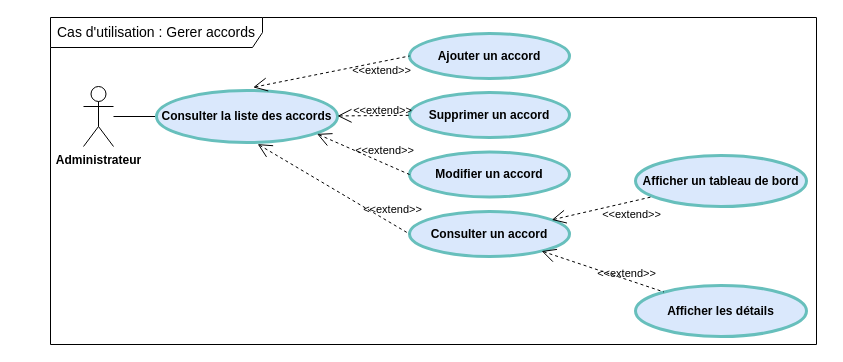
Before: page "Deal" (1 of 8) of Delivery/DeliveryManagmentUseCase.drawio in ZidiMedAmine/UML, a draw.io diagram. Source tidied: cells renumbered, new cells numbered last; positions are measured from the earlier drawing's top-left corner, leaving out a move shared by most shapes. Both pictures are drawn from the tidied source at 100%, with x=0, y=0 at pixel (50, 17).
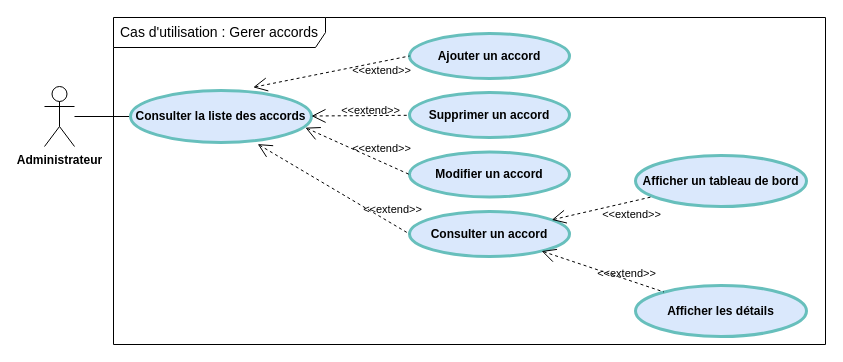
Above is the later version.

The change refers to these unchanged cells:
```xml
<mxCell id="6" value="Ajouter un accord" style="shape=ellipse;html=1;strokeWidth=3;fontStyle=1;whiteSpace=wrap;align=center;perimeter=ellipsePerimeter;fillColor=#dae8fc;strokeColor=#67BFBC;" parent="1" vertex="1">
  <mxGeometry x="359" y="16" width="160" height="45" as="geometry" />
</mxCell>
<mxCell id="8" value="Modifier un accord" style="shape=ellipse;html=1;strokeWidth=3;fontStyle=1;whiteSpace=wrap;align=center;perimeter=ellipsePerimeter;fillColor=#dae8fc;strokeColor=#67BFBC;" parent="1" vertex="1">
  <mxGeometry x="359" y="134.5" width="160" height="45" as="geometry" />
</mxCell>
<mxCell id="15" value="Consulter un accord" style="shape=ellipse;html=1;strokeWidth=3;fontStyle=1;whiteSpace=wrap;align=center;perimeter=ellipsePerimeter;fillColor=#dae8fc;strokeColor=#67BFBC;" parent="1" vertex="1">
  <mxGeometry x="359" y="194" width="160" height="45" as="geometry" />
</mxCell>
```

Change to the diagram source:
```diff
@@
     <mxCell id="2" value="&lt;div style=&quot;text-align: center&quot;&gt;&lt;span&gt;Cas d'utilisation : Gerer accords&lt;/span&gt;&lt;/div&gt;" style="shape=umlFrame;tabPosition=left;html=1;boundedLbl=1;labelInHeader=1;width=212;height=30;swimlaneFillColor=#ffffff;align=left;spacingLeft=5;fontSize=14;" parent="1" vertex="1">
-      <mxGeometry width="766" height="327" as="geometry" />
+      <mxGeometry x="63" width="712" height="327" as="geometry" />
     </mxCell>
@@
     <mxCell id="4" value="&lt;span style=&quot;font-weight: 700&quot;&gt;Administrateur&lt;/span&gt;" style="shape=umlActor;verticalLabelPosition=bottom;verticalAlign=top;html=1;outlineConnect=0;" parent="1" vertex="1">
-      <mxGeometry x="33" y="69" width="30" height="60" as="geometry" />
+      <mxGeometry x="-6" y="69" width="30" height="60" as="geometry" />
     </mxCell>
     <mxCell id="5" value="Consulter la liste des accords" style="shape=ellipse;html=1;strokeWidth=3;fontStyle=1;whiteSpace=wrap;align=center;perimeter=ellipsePerimeter;fillColor=#dae8fc;strokeColor=#67BFBC;" parent="1" vertex="1">
-      <mxGeometry x="106" y="73" width="181" height="52" as="geometry" />
+      <mxGeometry x="80" y="73" width="181" height="52" as="geometry" />
     </mxCell>
@@
-    <mxCell id="9" style="edgeStyle=none;html=1;startArrow=open;endArrow=none;startSize=12;verticalAlign=bottom;dashed=1;labelBackgroundColor=none;rounded=0;entryX=0;entryY=0.5;entryDx=0;entryDy=0;exitX=0.534;exitY=-0.061;exitDx=0;exitDy=0;exitPerimeter=0;" parent="1" edge="1" source="5" target="6">
-      <mxGeometry x="0.43" y="-13" relative="1" as="geometry" />
+    <mxCell id="9" style="edgeStyle=none;html=1;startArrow=open;endArrow=none;startSize=12;verticalAlign=bottom;dashed=1;labelBackgroundColor=none;rounded=0;entryX=0;entryY=0.5;entryDx=0;entryDy=0;exitX=0.534;exitY=-0.061;exitDx=0;exitDy=0;exitPerimeter=0;" parent="1" edge="1" target="6">
+      <mxGeometry x="0.43" y="-13" relative="1" as="geometry">
+        <mxPoint x="202.7" y="69.8" as="sourcePoint" />
+      </mxGeometry>
     </mxCell>
@@
-    <mxCell id="13" style="edgeStyle=none;html=1;startArrow=open;endArrow=none;startSize=12;verticalAlign=bottom;dashed=1;labelBackgroundColor=none;rounded=0;entryX=0;entryY=0.5;entryDx=0;entryDy=0;exitX=0.887;exitY=0.835;exitDx=0;exitDy=0;exitPerimeter=0;" parent="1" edge="1" source="5" target="8">
+    <mxCell id="13" style="edgeStyle=none;html=1;startArrow=open;endArrow=none;startSize=12;verticalAlign=bottom;dashed=1;labelBackgroundColor=none;rounded=0;entryX=0;entryY=0.5;entryDx=0;entryDy=0;exitX=0.966;exitY=0.715;exitDx=0;exitDy=0;exitPerimeter=0;" parent="1" edge="1" source="5" target="8">
       <mxGeometry x="0.5" y="4" relative="1" as="geometry" />
     </mxCell>
@@
-    <mxCell id="16" style="edgeStyle=none;html=1;startArrow=open;endArrow=none;startSize=12;verticalAlign=bottom;dashed=1;labelBackgroundColor=none;rounded=0;entryX=0;entryY=0.5;entryDx=0;entryDy=0;exitX=0.559;exitY=1.031;exitDx=0;exitDy=0;exitPerimeter=0;" parent="1" edge="1" source="5" target="15">
+    <mxCell id="16" style="edgeStyle=none;html=1;startArrow=open;endArrow=none;startSize=12;verticalAlign=bottom;dashed=1;labelBackgroundColor=none;rounded=0;entryX=0;entryY=0.5;entryDx=0;entryDy=0;exitX=0.559;exitY=1.031;exitDx=0;exitDy=0;exitPerimeter=0;" parent="1" edge="1" target="15">
       <mxGeometry x="0.65" y="7" relative="1" as="geometry">
+        <mxPoint x="207.2" y="126.6" as="sourcePoint" />
         <mxPoint x="1" as="offset" />
       </mxGeometry>
     </mxCell>
```
